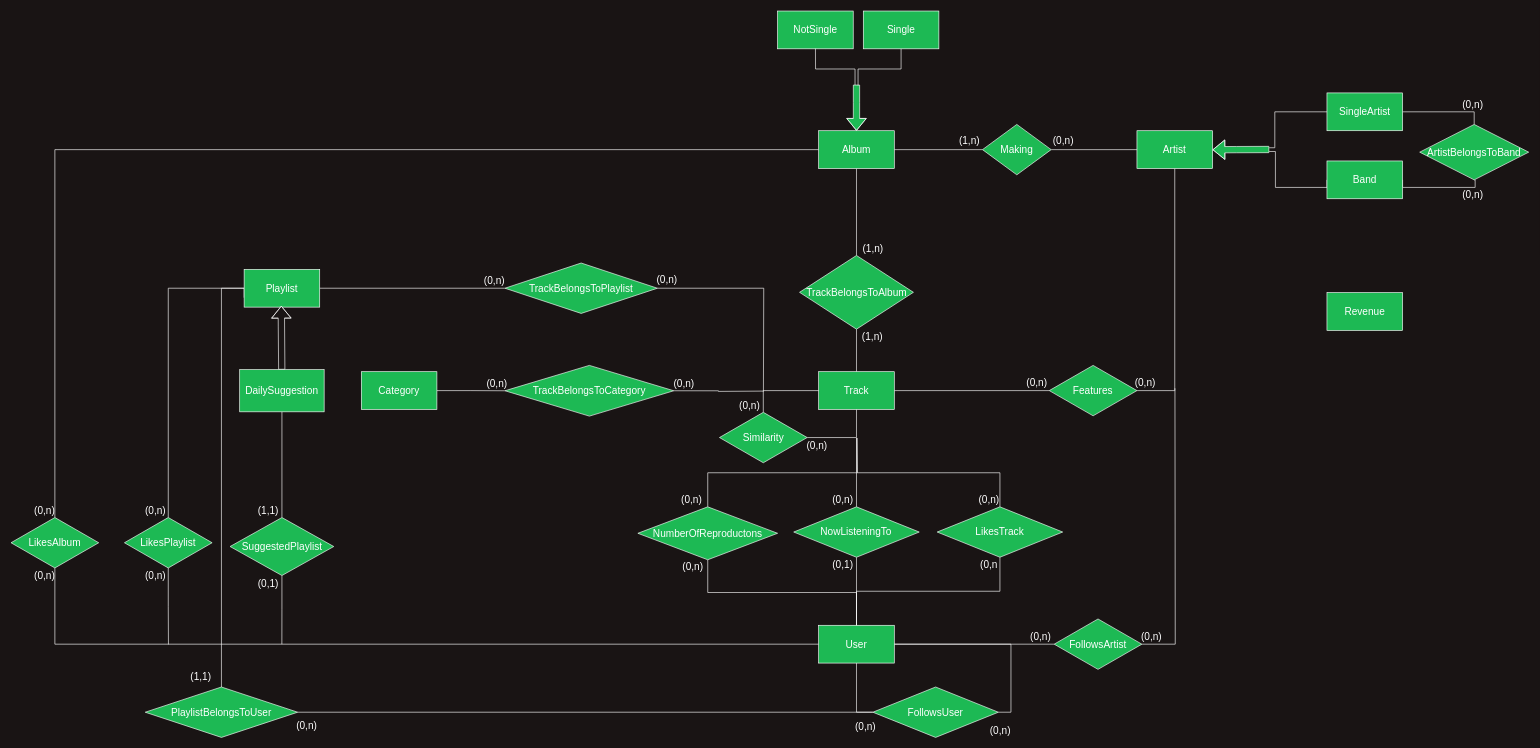
Before: Documentazione/ER.drawio in gabrycina/spotify-clone, a draw.io diagram. Source tidied: cells renumbered, new cells numbered last; positions are measured from the earlier drawing's top-left corner, leaving out a move shared by most shapes. Both pictures are drawn from the tidied source at 63%, with x=0, y=0 at pixel (11, 11).
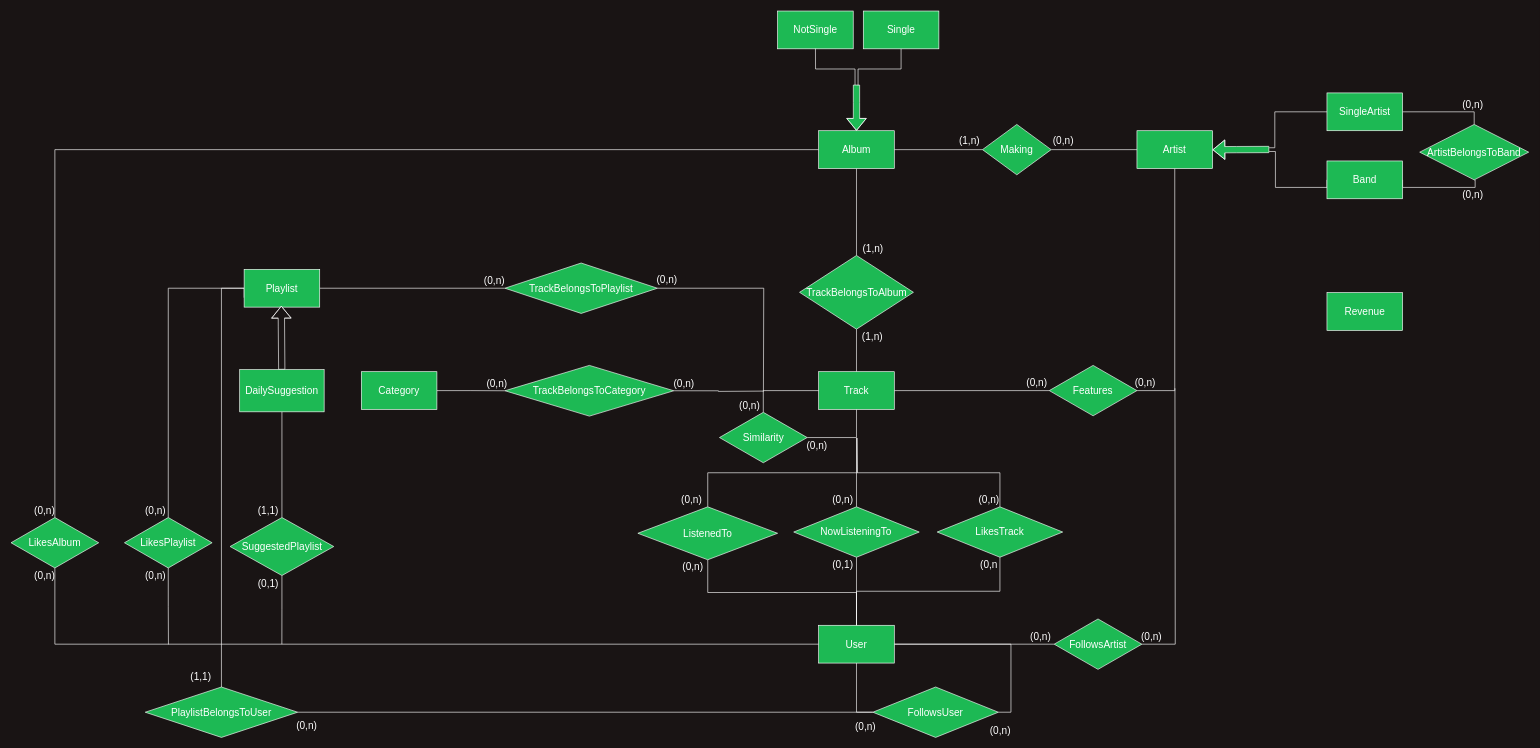
The same page after the edit.

Diff of the diagram source:
```diff
@@
-    <mxCell id="82" value="NumberOfReproductons" style="rhombus;whiteSpace=wrap;html=1;shadow=0;fontSize=16;fontColor=#FFFFFF;strokeColor=#FFFFFF;fillColor=#1DB954;gradientColor=none;" parent="1" vertex="1">
+    <mxCell id="82" value="ListenedTo" style="rhombus;whiteSpace=wrap;html=1;shadow=0;fontSize=16;fontColor=#FFFFFF;strokeColor=#FFFFFF;fillColor=#1DB954;gradientColor=none;" parent="1" vertex="1">
       <mxGeometry x="995" y="787" width="221.8" height="84" as="geometry" />
     </mxCell>
```
